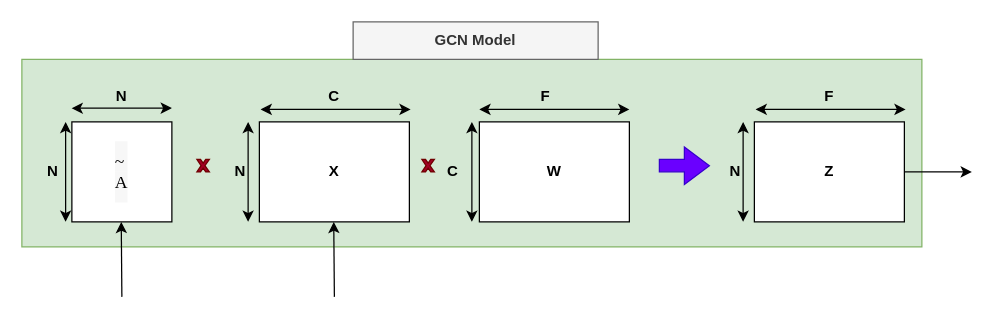
The draw.io diagram URV deliverable/model/GCN_Model.drawio in YoussefEzz/GraphDTA_forked, before the edit. Source tidied: cells renumbered, new cells numbered last; positions are measured from the earlier drawing's top-left corner, leaving out a move shared by most shapes. Both pictures are drawn from the tidied source at 125%, with x=0, y=0 at pixel (21, 21).
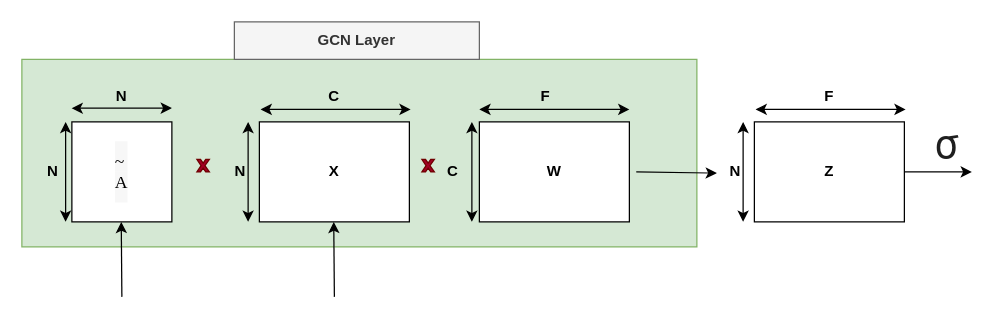
After the change.

Change to the diagram source:
```diff
@@
     <mxCell id="2" style="rounded=0;whiteSpace=wrap;html=1;fillColor=#d5e8d4;strokeColor=#82b366;" parent="1" vertex="1">
-      <mxGeometry y="30" width="720" height="150" as="geometry" />
+      <mxGeometry y="30" width="540" height="150" as="geometry" />
     </mxCell>
@@
-    <mxCell id="20" style="html=1;shadow=0;dashed=0;align=center;verticalAlign=middle;shape=mxgraph.arrows2.arrow;dy=0.67;dx=20;notch=0;fillColor=#6a00ff;fontColor=#ffffff;strokeColor=#3700CC;" parent="1" vertex="1">
-      <mxGeometry x="510" y="100" width="40" height="30" as="geometry" />
-    </mxCell>
@@
-    <mxCell id="26" value="&lt;b&gt;GCN Model&lt;/b&gt;" style="text;html=1;align=center;verticalAlign=middle;whiteSpace=wrap;rounded=0;fillColor=#f5f5f5;fontColor=#333333;strokeColor=#666666;" parent="1" vertex="1">
-      <mxGeometry x="265" width="196" height="30" as="geometry" />
+    <mxCell id="26" value="&lt;b&gt;GCN Layer&lt;/b&gt;" style="text;html=1;align=center;verticalAlign=middle;whiteSpace=wrap;rounded=0;fillColor=#f5f5f5;fontColor=#333333;strokeColor=#666666;" parent="1" vertex="1">
+      <mxGeometry x="170" width="196" height="30" as="geometry" />
     </mxCell>
@@
+    <mxCell id="30" value="&lt;span style=&quot;color: rgb(31, 31, 31); font-family: &amp;quot;Google Sans&amp;quot;, &amp;quot;Helvetica Neue&amp;quot;, Arial, sans-serif; font-size: 32px; text-align: left; text-wrap: wrap; background-color: rgb(255, 255, 255);&quot;&gt;σ&lt;/span&gt;" style="text;html=1;align=center;verticalAlign=middle;strokeColor=none;fillColor=none;" parent="1" vertex="1">
+      <mxGeometry x="720" y="70" width="40" height="50" as="geometry" />
+    </mxCell>
+    <mxCell id="31" style="endArrow=classic;html=1;rounded=0;entryX=0.3;entryY=0.55;entryDx=0;entryDy=0;entryPerimeter=0;" parent="1" edge="1">
+      <mxGeometry relative="1" as="geometry">
+        <mxPoint x="491.5" y="120" as="sourcePoint" />
+        <mxPoint x="556" y="121" as="targetPoint" />
+      </mxGeometry>
+    </mxCell>
```
